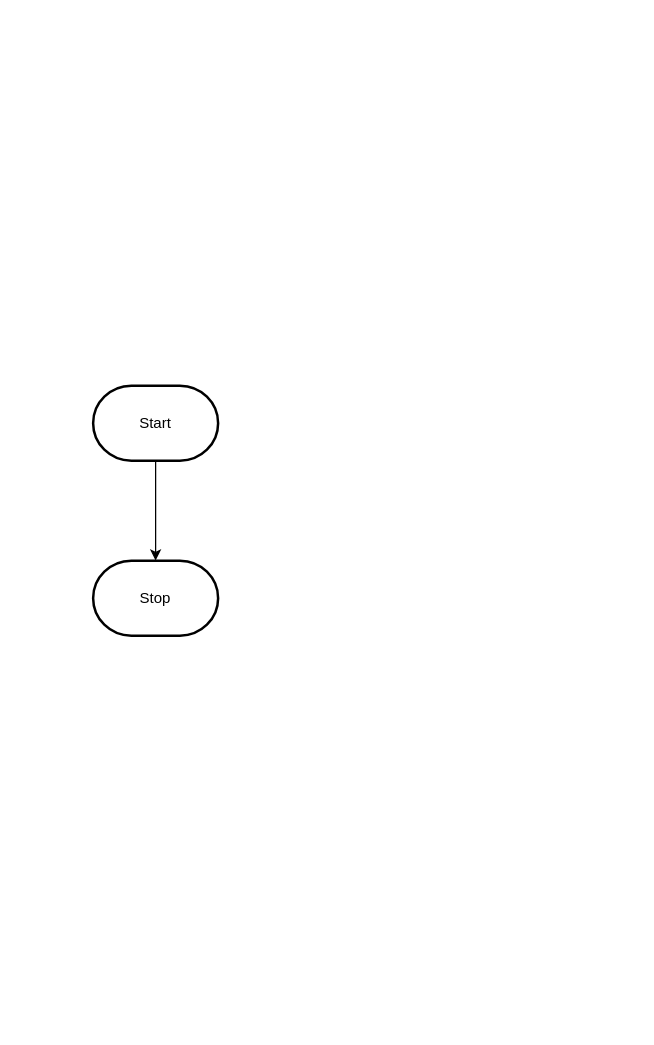
The draw.io diagram design/flowchart.drawio in MTHS-ICS2O-2-2022/ICS2O-Assignment-05-charlotte-jhu, before the edit. Source tidied: cells renumbered, new cells numbered last; positions are measured from the earlier drawing's top-left corner, leaving out a move shared by most shapes. Both pictures are drawn from the tidied source at 125%, with x=0, y=0 at pixel (92, 385).
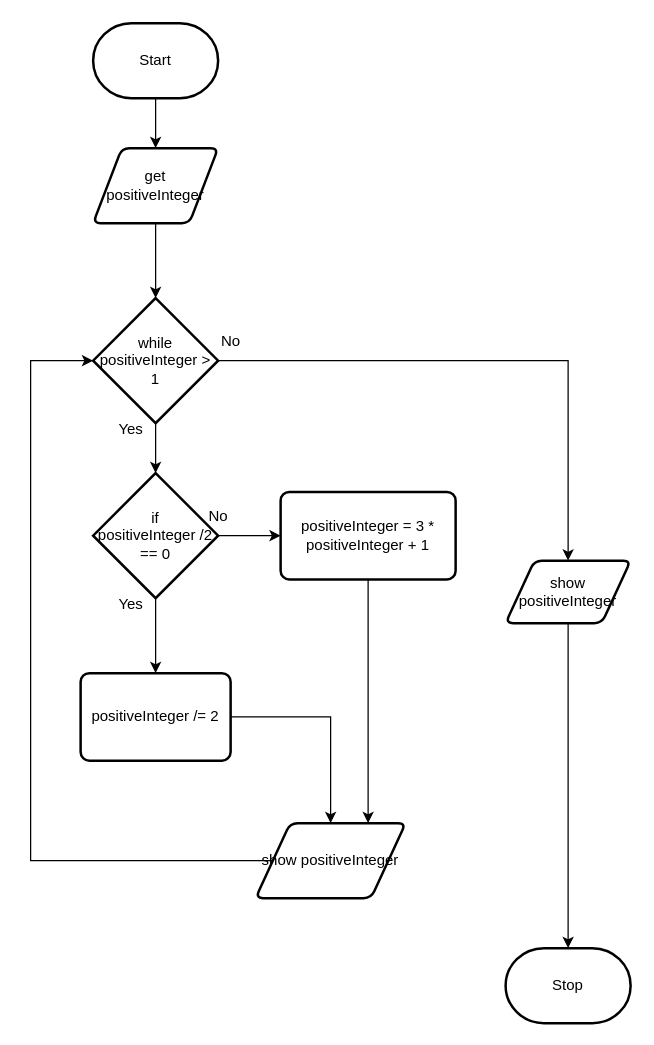
The same diagram, later.

Diff of the diagram source:
```diff
@@
-    <mxCell id="2" style="edgeStyle=orthogonalEdgeStyle;html=1;rounded=0;" parent="1" edge="1" source="3" target="4">
-      <mxGeometry relative="1" as="geometry" />
-    </mxCell>
+    <mxCell id="5" style="edgeStyle=orthogonalEdgeStyle;html=1;exitX=0.5;exitY=1;exitDx=0;exitDy=0;exitPerimeter=0;entryX=0.5;entryY=0;entryDx=0;entryDy=0;rounded=0;" parent="1" edge="1" source="3" target="2">
+      <mxGeometry relative="1" as="geometry" />
+    </mxCell>
     <mxCell id="3" value="Start" style="strokeWidth=2;html=1;shape=mxgraph.flowchart.terminator;whiteSpace=wrap;" parent="1" vertex="1">
-      <mxGeometry width="100" height="60" as="geometry" />
+      <mxGeometry y="-290" width="100" height="60" as="geometry" />
     </mxCell>
     <mxCell id="4" value="Stop" style="strokeWidth=2;html=1;shape=mxgraph.flowchart.terminator;whiteSpace=wrap;" parent="1" vertex="1">
-      <mxGeometry y="140" width="100" height="60" as="geometry" />
+      <mxGeometry x="330" y="450" width="100" height="60" as="geometry" />
     </mxCell>
+    <mxCell id="6" style="edgeStyle=none;html=1;exitX=0.5;exitY=1;exitDx=0;exitDy=0;entryX=0.5;entryY=0;entryDx=0;entryDy=0;entryPerimeter=0;" parent="1" edge="1" source="2" target="9">
+      <mxGeometry relative="1" as="geometry" />
+    </mxCell>
+    <mxCell id="2" value="get positiveInteger" style="shape=parallelogram;html=1;strokeWidth=2;perimeter=parallelogramPerimeter;whiteSpace=wrap;rounded=1;arcSize=12;size=0.23;" parent="1" vertex="1">
+      <mxGeometry y="-190" width="100" height="60" as="geometry" />
+    </mxCell>
+    <mxCell id="7" style="edgeStyle=orthogonalEdgeStyle;rounded=0;html=1;exitX=1;exitY=0.5;exitDx=0;exitDy=0;exitPerimeter=0;entryX=0.5;entryY=0;entryDx=0;entryDy=0;" parent="1" edge="1" source="9" target="11">
+      <mxGeometry relative="1" as="geometry" />
+    </mxCell>
+    <mxCell id="8" style="edgeStyle=none;html=1;exitX=0.5;exitY=1;exitDx=0;exitDy=0;exitPerimeter=0;entryX=0.5;entryY=0;entryDx=0;entryDy=0;entryPerimeter=0;" parent="1" edge="1" source="9" target="16">
+      <mxGeometry relative="1" as="geometry" />
+    </mxCell>
+    <mxCell id="9" value="while&lt;br&gt;positiveInteger&amp;nbsp;&amp;gt; 1" style="strokeWidth=2;html=1;shape=mxgraph.flowchart.decision;whiteSpace=wrap;" parent="1" vertex="1">
+      <mxGeometry y="-70" width="100" height="100" as="geometry" />
+    </mxCell>
+    <mxCell id="10" style="edgeStyle=orthogonalEdgeStyle;rounded=0;html=1;exitX=0.5;exitY=1;exitDx=0;exitDy=0;entryX=0.5;entryY=0;entryDx=0;entryDy=0;entryPerimeter=0;" parent="1" edge="1" source="11" target="4">
+      <mxGeometry relative="1" as="geometry" />
+    </mxCell>
+    <mxCell id="11" value="show positiveInteger" style="shape=parallelogram;html=1;strokeWidth=2;perimeter=parallelogramPerimeter;whiteSpace=wrap;rounded=1;arcSize=12;size=0.23;" parent="1" vertex="1">
+      <mxGeometry x="330" y="140" width="100" height="50" as="geometry" />
+    </mxCell>
+    <mxCell id="12" value="Yes" style="text;html=1;align=center;verticalAlign=middle;strokeColor=none;fillColor=none;" parent="1" vertex="1">
+      <mxGeometry x="10" y="20" width="40" height="30" as="geometry" />
+    </mxCell>
+    <mxCell id="13" value="No" style="text;html=1;align=center;verticalAlign=middle;strokeColor=none;fillColor=none;" parent="1" vertex="1">
+      <mxGeometry x="90" y="-50" width="40" height="30" as="geometry" />
+    </mxCell>
+    <mxCell id="14" style="edgeStyle=orthogonalEdgeStyle;html=1;exitX=0.5;exitY=1;exitDx=0;exitDy=0;exitPerimeter=0;rounded=0;" parent="1" edge="1" source="16" target="18">
+      <mxGeometry relative="1" as="geometry" />
+    </mxCell>
+    <mxCell id="15" style="edgeStyle=orthogonalEdgeStyle;rounded=0;html=1;exitX=1;exitY=0.5;exitDx=0;exitDy=0;exitPerimeter=0;entryX=0;entryY=0.5;entryDx=0;entryDy=0;" parent="1" edge="1" source="16" target="20">
+      <mxGeometry relative="1" as="geometry" />
+    </mxCell>
+    <mxCell id="16" value="if&lt;br&gt;positiveInteger&amp;nbsp;/2 == 0" style="strokeWidth=2;html=1;shape=mxgraph.flowchart.decision;whiteSpace=wrap;" parent="1" vertex="1">
+      <mxGeometry y="70" width="100" height="100" as="geometry" />
+    </mxCell>
+    <mxCell id="17" style="edgeStyle=orthogonalEdgeStyle;rounded=0;html=1;exitX=1;exitY=0.5;exitDx=0;exitDy=0;" parent="1" edge="1" source="18" target="22">
+      <mxGeometry relative="1" as="geometry" />
+    </mxCell>
+    <mxCell id="18" value="positiveInteger /= 2" style="rounded=1;whiteSpace=wrap;html=1;absoluteArcSize=1;arcSize=14;strokeWidth=2;" parent="1" vertex="1">
+      <mxGeometry x="-10" y="230" width="120" height="70" as="geometry" />
+    </mxCell>
+    <mxCell id="19" style="edgeStyle=orthogonalEdgeStyle;rounded=0;html=1;exitX=0.5;exitY=1;exitDx=0;exitDy=0;entryX=0.75;entryY=0;entryDx=0;entryDy=0;" parent="1" edge="1" source="20" target="22">
+      <mxGeometry relative="1" as="geometry" />
+    </mxCell>
+    <mxCell id="20" value="positiveInteger = 3 * positiveInteger + 1" style="rounded=1;whiteSpace=wrap;html=1;absoluteArcSize=1;arcSize=14;strokeWidth=2;" parent="1" vertex="1">
+      <mxGeometry x="150" y="85" width="140" height="70" as="geometry" />
+    </mxCell>
+    <mxCell id="21" style="edgeStyle=orthogonalEdgeStyle;rounded=0;html=1;exitX=0;exitY=0.5;exitDx=0;exitDy=0;entryX=0;entryY=0.5;entryDx=0;entryDy=0;entryPerimeter=0;" parent="1" edge="1" source="22" target="9">
+      <mxGeometry relative="1" as="geometry">
+        <Array as="points">
+          <mxPoint x="-50" y="380" />
+          <mxPoint x="-50" y="-20" />
+        </Array>
+      </mxGeometry>
+    </mxCell>
+    <mxCell id="22" value="show positiveInteger" style="shape=parallelogram;html=1;strokeWidth=2;perimeter=parallelogramPerimeter;whiteSpace=wrap;rounded=1;arcSize=12;size=0.23;" parent="1" vertex="1">
+      <mxGeometry x="130" y="350" width="120" height="60" as="geometry" />
+    </mxCell>
+    <mxCell id="23" value="Yes" style="text;html=1;align=center;verticalAlign=middle;strokeColor=none;fillColor=none;" parent="1" vertex="1">
+      <mxGeometry x="10" y="160" width="40" height="30" as="geometry" />
+    </mxCell>
+    <mxCell id="24" value="No" style="text;html=1;align=center;verticalAlign=middle;strokeColor=none;fillColor=none;" parent="1" vertex="1">
+      <mxGeometry x="80" y="90" width="40" height="30" as="geometry" />
+    </mxCell>
```
